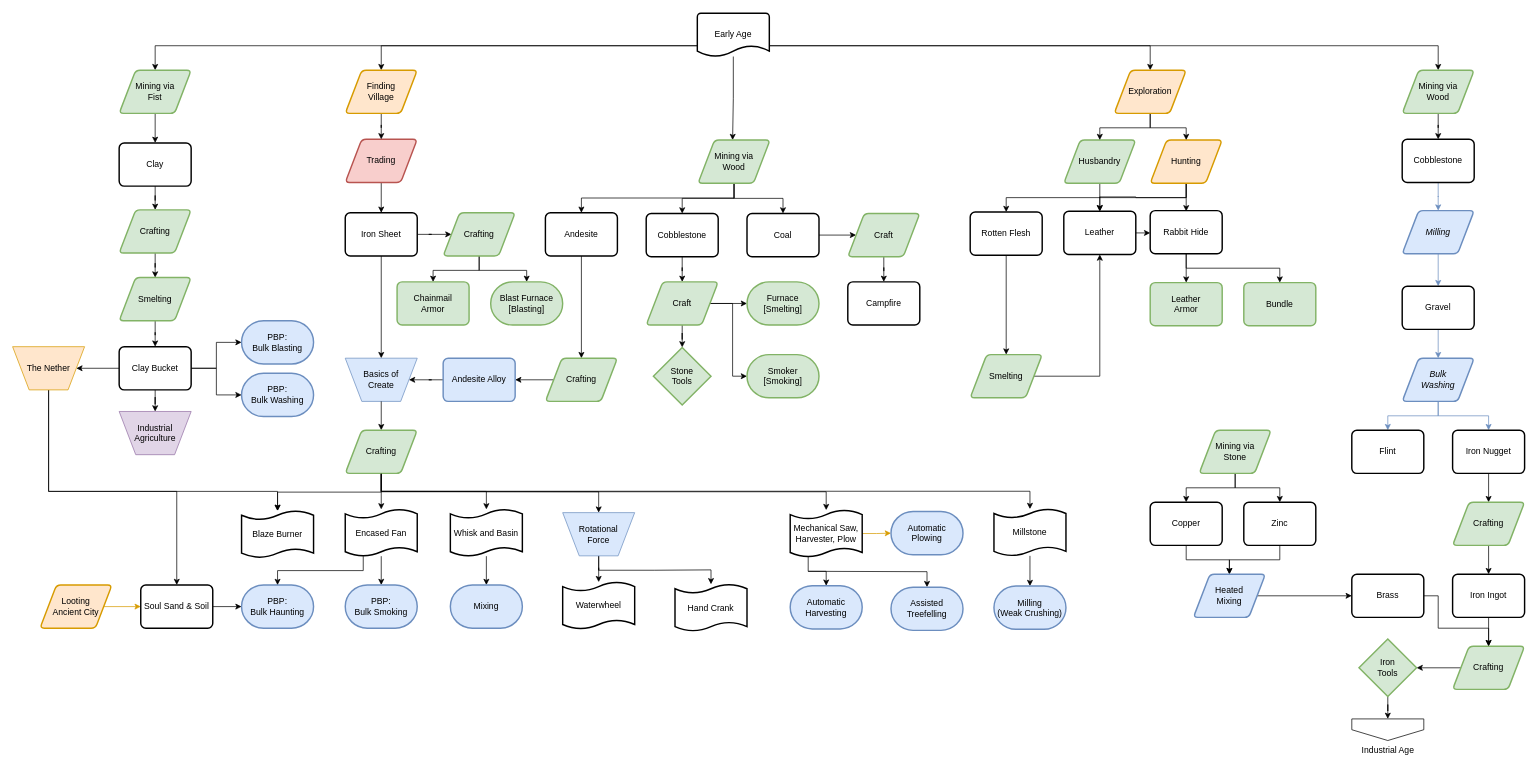
Earlier version of the draw.io diagram page "Early Age" (4 of 7) of flowcharts/progression.drawio (MeepishRealms/Cog). Source tidied: cells renumbered, new cells numbered last; positions are measured from the earlier drawing's top-left corner, leaving out a move shared by most shapes. Both pictures are drawn from the tidied source at 72%, with x=0, y=0 at pixel (12, 13).
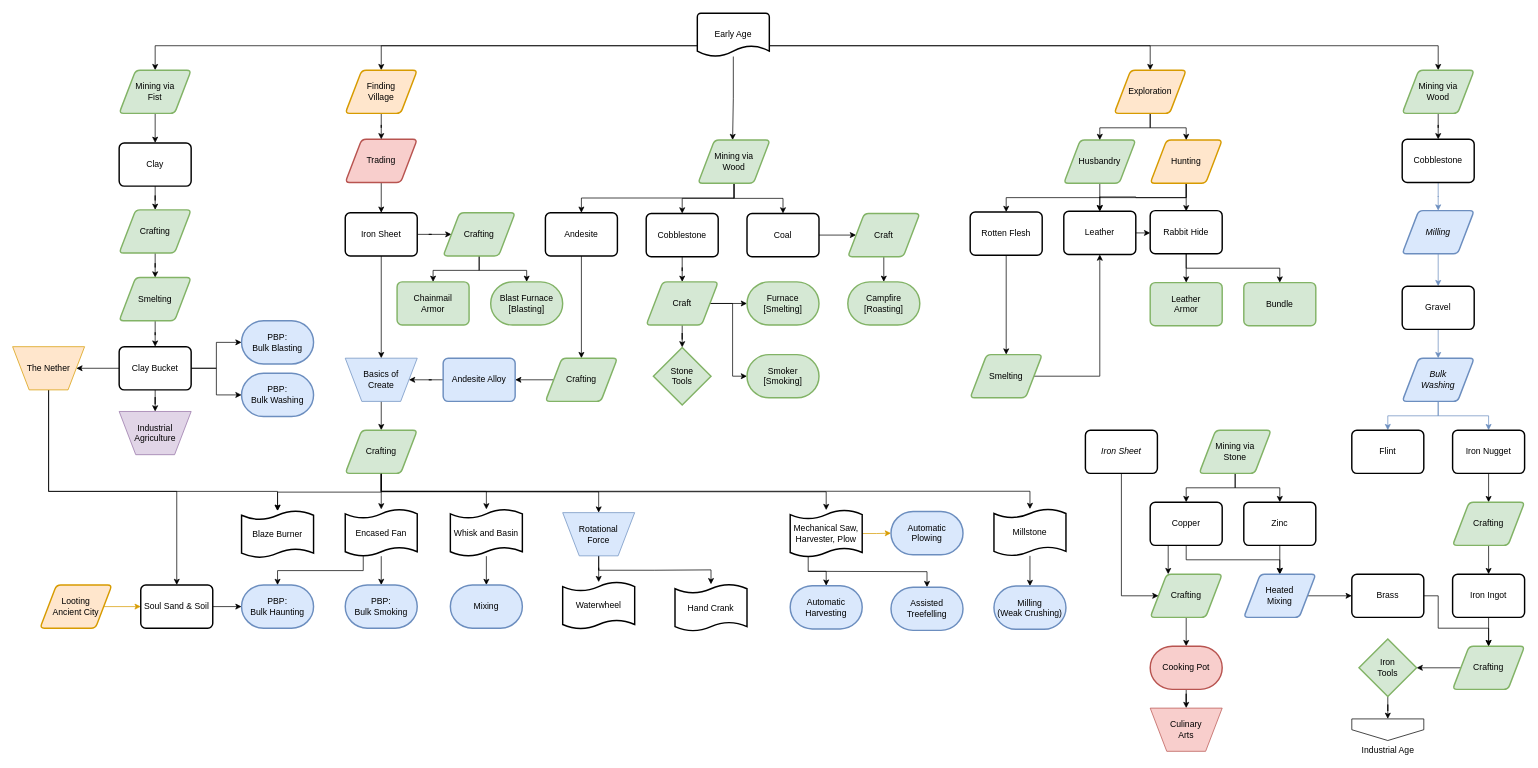
After the change.

Unchanged cells that the change refers to:
```xml
<mxCell id="46" value="Basics of&lt;br&gt;Create" style="verticalLabelPosition=middle;verticalAlign=middle;html=1;shape=trapezoid;perimeter=trapezoidPerimeter;whiteSpace=wrap;size=0.23;arcSize=10;flipV=1;labelPosition=center;align=center;fillColor=#dae8fc;strokeColor=#6c8ebf;" parent="1" vertex="1">
  <mxGeometry x="462" y="479" width="100" height="60" as="geometry" />
</mxCell>
<mxCell id="78" value="Crafting" style="shape=parallelogram;html=1;strokeWidth=2;perimeter=parallelogramPerimeter;whiteSpace=wrap;rounded=1;arcSize=12;size=0.23;fillColor=#d5e8d4;strokeColor=#82b366;" parent="1" vertex="1">
  <mxGeometry x="462" y="579" width="100" height="60" as="geometry" />
</mxCell>
<mxCell id="142" value="Craft" style="shape=parallelogram;html=1;strokeWidth=2;perimeter=parallelogramPerimeter;whiteSpace=wrap;rounded=1;arcSize=12;size=0.23;fillColor=#d5e8d4;strokeColor=#82b366;" parent="1" vertex="1">
  <mxGeometry x="1160" y="278" width="100" height="60" as="geometry" />
</mxCell>
<mxCell id="149" value="Copper" style="rounded=1;whiteSpace=wrap;html=1;absoluteArcSize=1;arcSize=14;strokeWidth=2;" parent="1" vertex="1">
  <mxGeometry x="1580" y="679" width="100" height="60" as="geometry" />
</mxCell>
```

What changed in the source:
```diff
@@
+    <mxCell id="72" style="edgeStyle=orthogonalEdgeStyle;rounded=0;jettySize=auto;html=1;" parent="1" edge="1" source="46" target="78">
+      <mxGeometry relative="1" as="geometry" />
+    </mxCell>
@@
-    <mxCell id="72" style="edgeStyle=orthogonalEdgeStyle;rounded=0;jettySize=auto;html=1;exitX=0.5;exitY=1;exitDx=0;exitDy=0;" parent="1" edge="1" source="46" target="78">
-      <mxGeometry relative="1" as="geometry" />
-    </mxCell>
@@
-    <mxCell id="94" value="Campfire" style="rounded=1;whiteSpace=wrap;html=1;absoluteArcSize=1;arcSize=14;strokeWidth=2;" parent="1" vertex="1">
-      <mxGeometry x="1160" y="373" width="100" height="60" as="geometry" />
-    </mxCell>
@@
-    <mxCell id="141" style="edgeStyle=orthogonalEdgeStyle;rounded=0;jettySize=auto;html=1;exitX=0.5;exitY=1;exitDx=0;exitDy=0;" parent="1" edge="1" source="142" target="94">
-      <mxGeometry relative="1" as="geometry" />
+    <mxCell id="141" style="edgeStyle=orthogonalEdgeStyle;rounded=0;jettySize=auto;html=1;exitX=0.5;exitY=1;exitDx=0;exitDy=0;" parent="1" edge="1" source="142">
+      <mxGeometry relative="1" as="geometry">
+        <mxPoint x="1210" y="373" as="targetPoint" />
+      </mxGeometry>
     </mxCell>
@@
+    <mxCell id="154" style="edgeStyle=orthogonalEdgeStyle;rounded=0;jettySize=auto;html=1;exitX=0.25;exitY=1;exitDx=0;exitDy=0;entryX=0.25;entryY=0;entryDx=0;entryDy=0;" parent="1" edge="1" source="149" target="156">
+      <mxGeometry relative="1" as="geometry" />
+    </mxCell>
@@
     <mxCell id="151" value="Heated&lt;br&gt;Mixing" style="shape=parallelogram;html=1;strokeWidth=2;perimeter=parallelogramPerimeter;whiteSpace=wrap;rounded=1;arcSize=12;size=0.23;fillColor=#dae8fc;strokeColor=#6c8ebf;" parent="1" vertex="1">
-      <mxGeometry x="1640" y="779" width="100" height="60" as="geometry" />
+      <mxGeometry x="1710" y="779" width="100" height="60" as="geometry" />
     </mxCell>
@@
+    <mxCell id="155" style="edgeStyle=orthogonalEdgeStyle;rounded=0;jettySize=auto;html=1;exitX=0.5;exitY=1;exitDx=0;exitDy=0;" parent="1" edge="1" source="156" target="158">
+      <mxGeometry relative="1" as="geometry" />
+    </mxCell>
+    <mxCell id="156" value="Crafting" style="shape=parallelogram;html=1;strokeWidth=2;perimeter=parallelogramPerimeter;whiteSpace=wrap;rounded=1;arcSize=12;size=0.23;fillColor=#d5e8d4;strokeColor=#82b366;" parent="1" vertex="1">
+      <mxGeometry x="1580" y="779" width="100" height="60" as="geometry" />
+    </mxCell>
+    <mxCell id="157" style="edgeStyle=orthogonalEdgeStyle;rounded=0;jettySize=auto;html=1;exitX=0.5;exitY=1;exitDx=0;exitDy=0;exitPerimeter=0;" parent="1" edge="1" source="158" target="159">
+      <mxGeometry relative="1" as="geometry" />
+    </mxCell>
+    <mxCell id="158" value="Cooking Pot" style="strokeWidth=2;html=1;shape=mxgraph.flowchart.terminator;whiteSpace=wrap;fillColor=#f8cecc;strokeColor=#b85450;" parent="1" vertex="1">
+      <mxGeometry x="1580" y="879" width="100" height="60" as="geometry" />
+    </mxCell>
+    <mxCell id="159" value="Culinary&lt;br&gt;Arts" style="verticalLabelPosition=middle;verticalAlign=middle;html=1;shape=trapezoid;perimeter=trapezoidPerimeter;whiteSpace=wrap;size=0.23;arcSize=10;flipV=1;labelPosition=center;align=center;fillColor=#f8cecc;strokeColor=#b85450;" parent="1" vertex="1">
+      <mxGeometry x="1580" y="965" width="100" height="60" as="geometry" />
+    </mxCell>
+    <mxCell id="160" style="edgeStyle=orthogonalEdgeStyle;rounded=0;jettySize=auto;html=1;exitX=0.5;exitY=1;exitDx=0;exitDy=0;entryX=0;entryY=0.5;entryDx=0;entryDy=0;" parent="1" edge="1" source="161" target="156">
+      <mxGeometry relative="1" as="geometry">
+        <Array as="points">
+          <mxPoint x="1540" y="809" />
+        </Array>
+      </mxGeometry>
+    </mxCell>
+    <mxCell id="161" value="Iron Sheet" style="rounded=1;whiteSpace=wrap;html=1;absoluteArcSize=1;arcSize=14;strokeWidth=2;fontStyle=2;" parent="1" vertex="1">
+      <mxGeometry x="1490" y="579" width="100" height="60" as="geometry" />
+    </mxCell>
+    <mxCell id="162" value="Campfire&lt;br&gt;[Roasting]" style="strokeWidth=2;html=1;shape=mxgraph.flowchart.terminator;whiteSpace=wrap;fillColor=#d5e8d4;strokeColor=#82b366;" parent="1" vertex="1">
+      <mxGeometry x="1160" y="373" width="100" height="60" as="geometry" />
+    </mxCell>
```
